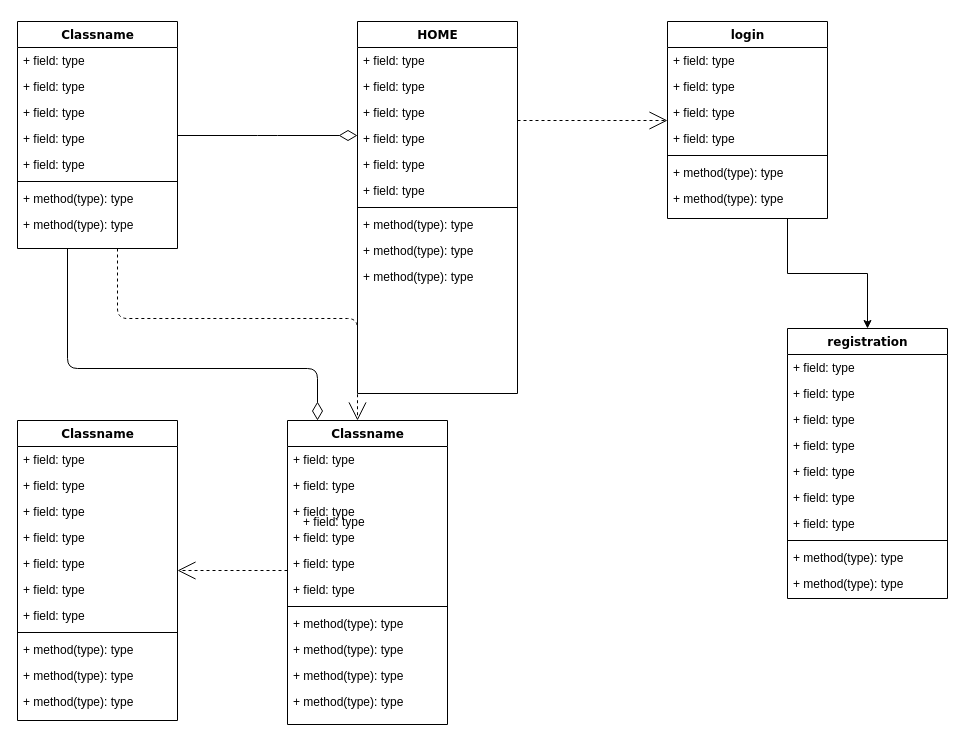
The draw.io diagram page "Page-1" (1 of 2) of portfolio.drawio in ueki397/test, before the edit. Source tidied: cells renumbered, new cells numbered last; positions are measured from the earlier drawing's top-left corner, leaving out a move shared by most shapes. Both pictures are drawn from the tidied source at 100%, with x=0, y=0 at pixel (17, 21).
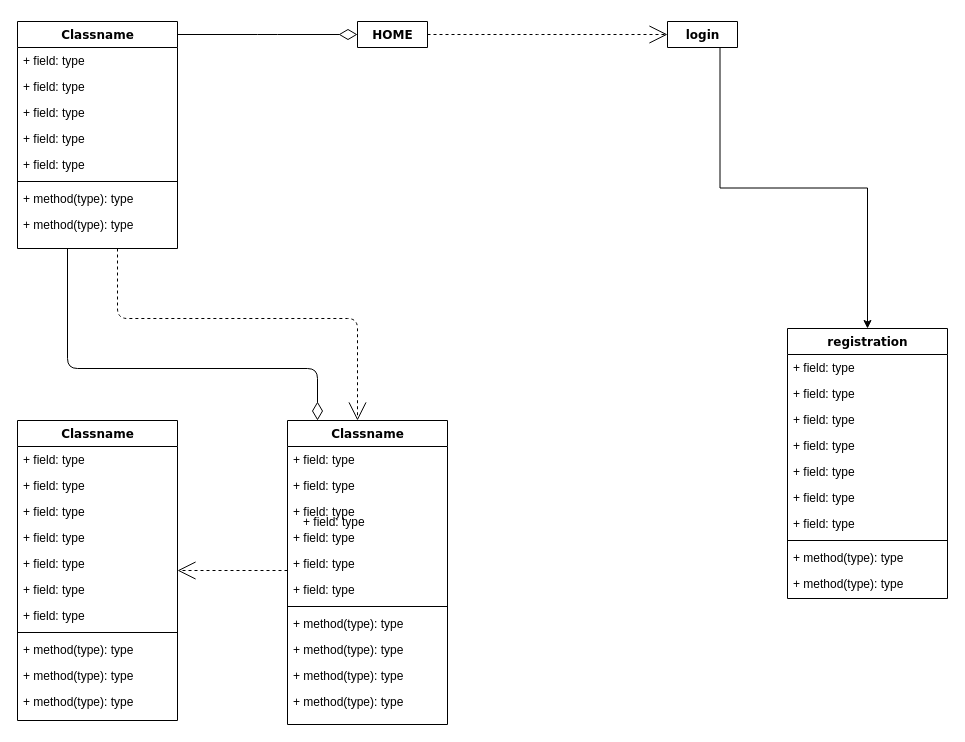
After the change.

Commit message:
portfolio.drawio を更新します

Diff of the diagram source:
```diff
@@
-    <mxCell id="14" value="HOME" style="swimlane;html=1;fontStyle=1;align=center;verticalAlign=top;horizontal=1;startSize=26;swimlaneFillColor=#ffffff;rounded=0;shadow=0;comic=0;labelBackgroundColor=none;strokeWidth=1;fillColor=none;fontFamily=Verdana;fontSize=12;" parent="1" vertex="1">
-      <mxGeometry x="340" width="160" height="372" as="geometry" />
+    <mxCell id="14" value="HOME" style="swimlane;html=1;fontStyle=1;align=center;verticalAlign=top;horizontal=1;startSize=26;swimlaneFillColor=#ffffff;rounded=0;shadow=0;comic=0;labelBackgroundColor=none;strokeWidth=1;fillColor=none;fontFamily=Verdana;fontSize=12;" parent="1" vertex="1" collapsed="1">
+      <mxGeometry x="340" width="70" height="26" as="geometry" />
     </mxCell>
-    <mxCell id="15" value="+ field: type" style="text;html=1;strokeColor=none;fillColor=none;align=left;verticalAlign=top;spacingLeft=4;spacingRight=4;whiteSpace=wrap;overflow=hidden;" parent="14" vertex="1">
-      <mxGeometry y="26" width="160" height="26" as="geometry" />
-    </mxCell>
-    <mxCell id="16" value="+ field: type" style="text;html=1;strokeColor=none;fillColor=none;align=left;verticalAlign=top;spacingLeft=4;spacingRight=4;whiteSpace=wrap;overflow=hidden;" parent="14" vertex="1">
-      <mxGeometry y="52" width="160" height="26" as="geometry" />
-    </mxCell>
-    <mxCell id="17" value="+ field: type" style="text;html=1;strokeColor=none;fillColor=none;align=left;verticalAlign=top;spacingLeft=4;spacingRight=4;whiteSpace=wrap;overflow=hidden;" parent="14" vertex="1">
-      <mxGeometry y="78" width="160" height="26" as="geometry" />
-    </mxCell>
-    <mxCell id="18" value="+ field: type" style="text;html=1;strokeColor=none;fillColor=none;align=left;verticalAlign=top;spacingLeft=4;spacingRight=4;whiteSpace=wrap;overflow=hidden;" parent="14" vertex="1">
-      <mxGeometry y="104" width="160" height="26" as="geometry" />
-    </mxCell>
-    <mxCell id="19" value="+ field: type" style="text;html=1;strokeColor=none;fillColor=none;align=left;verticalAlign=top;spacingLeft=4;spacingRight=4;whiteSpace=wrap;overflow=hidden;" parent="14" vertex="1">
-      <mxGeometry y="130" width="160" height="26" as="geometry" />
-    </mxCell>
-    <mxCell id="20" value="+ field: type" style="text;html=1;strokeColor=none;fillColor=none;align=left;verticalAlign=top;spacingLeft=4;spacingRight=4;whiteSpace=wrap;overflow=hidden;" parent="14" vertex="1">
-      <mxGeometry y="156" width="160" height="26" as="geometry" />
-    </mxCell>
-    <mxCell id="21" style="line;html=1;strokeWidth=1;fillColor=none;align=left;verticalAlign=middle;spacingTop=-1;spacingLeft=3;spacingRight=3;labelPosition=right;" parent="14" vertex="1">
-      <mxGeometry y="182" width="160" height="8" as="geometry" />
-    </mxCell>
-    <mxCell id="22" value="+ method(type): type" style="text;html=1;strokeColor=none;fillColor=none;align=left;verticalAlign=top;spacingLeft=4;spacingRight=4;whiteSpace=wrap;overflow=hidden;" parent="14" vertex="1">
-      <mxGeometry y="190" width="160" height="26" as="geometry" />
-    </mxCell>
-    <mxCell id="23" value="+ method(type): type" style="text;html=1;strokeColor=none;fillColor=none;align=left;verticalAlign=top;spacingLeft=4;spacingRight=4;whiteSpace=wrap;overflow=hidden;" parent="14" vertex="1">
-      <mxGeometry y="216" width="160" height="26" as="geometry" />
-    </mxCell>
-    <mxCell id="24" value="+ method(type): type" style="text;html=1;strokeColor=none;fillColor=none;align=left;verticalAlign=top;spacingLeft=4;spacingRight=4;whiteSpace=wrap;overflow=hidden;" parent="14" vertex="1">
-      <mxGeometry y="242" width="160" height="26" as="geometry" />
-    </mxCell>
@@
-    <mxCell id="26" value="login" style="swimlane;html=1;fontStyle=1;align=center;verticalAlign=top;horizontal=1;startSize=26;swimlaneFillColor=#ffffff;rounded=0;shadow=0;comic=0;labelBackgroundColor=none;strokeWidth=1;fillColor=none;fontFamily=Verdana;fontSize=12;" parent="1" vertex="1">
-      <mxGeometry x="650" width="160" height="197" as="geometry" />
+    <mxCell id="26" value="login" style="swimlane;html=1;fontStyle=1;align=center;verticalAlign=top;horizontal=1;startSize=26;swimlaneFillColor=#ffffff;rounded=0;shadow=0;comic=0;labelBackgroundColor=none;strokeWidth=1;fillColor=none;fontFamily=Verdana;fontSize=12;" parent="1" vertex="1" collapsed="1">
+      <mxGeometry x="650" width="70" height="26" as="geometry" />
     </mxCell>
-    <mxCell id="27" value="+ field: type" style="text;html=1;strokeColor=none;fillColor=none;align=left;verticalAlign=top;spacingLeft=4;spacingRight=4;whiteSpace=wrap;overflow=hidden;" parent="26" vertex="1">
-      <mxGeometry y="26" width="160" height="26" as="geometry" />
-    </mxCell>
-    <mxCell id="28" value="+ field: type" style="text;html=1;strokeColor=none;fillColor=none;align=left;verticalAlign=top;spacingLeft=4;spacingRight=4;whiteSpace=wrap;overflow=hidden;" parent="26" vertex="1">
-      <mxGeometry y="52" width="160" height="26" as="geometry" />
-    </mxCell>
-    <mxCell id="29" value="+ field: type" style="text;html=1;strokeColor=none;fillColor=none;align=left;verticalAlign=top;spacingLeft=4;spacingRight=4;whiteSpace=wrap;overflow=hidden;" parent="26" vertex="1">
-      <mxGeometry y="78" width="160" height="26" as="geometry" />
-    </mxCell>
-    <mxCell id="30" value="+ field: type" style="text;html=1;strokeColor=none;fillColor=none;align=left;verticalAlign=top;spacingLeft=4;spacingRight=4;whiteSpace=wrap;overflow=hidden;" parent="26" vertex="1">
-      <mxGeometry y="104" width="160" height="26" as="geometry" />
-    </mxCell>
-    <mxCell id="31" style="line;html=1;strokeWidth=1;fillColor=none;align=left;verticalAlign=middle;spacingTop=-1;spacingLeft=3;spacingRight=3;labelPosition=right;" parent="26" vertex="1">
-      <mxGeometry y="130" width="160" height="8" as="geometry" />
-    </mxCell>
-    <mxCell id="32" value="+ method(type): type" style="text;html=1;strokeColor=none;fillColor=none;align=left;verticalAlign=top;spacingLeft=4;spacingRight=4;whiteSpace=wrap;overflow=hidden;" parent="26" vertex="1">
-      <mxGeometry y="138" width="160" height="26" as="geometry" />
-    </mxCell>
-    <mxCell id="33" value="+ method(type): type" style="text;html=1;strokeColor=none;fillColor=none;align=left;verticalAlign=top;spacingLeft=4;spacingRight=4;whiteSpace=wrap;overflow=hidden;" parent="26" vertex="1">
-      <mxGeometry y="164" width="160" height="26" as="geometry" />
-    </mxCell>
```
